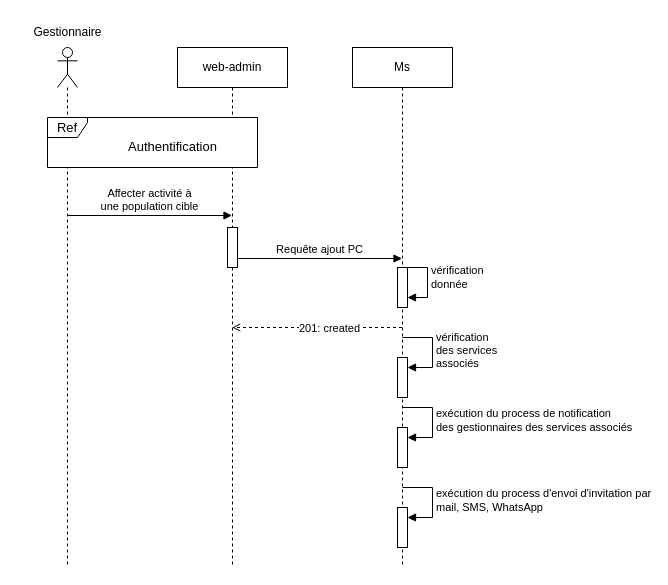
This is page "DS-GESTION-ACTIVITES" (4 of 7) of Diagramme COCAN.drawio from kbvac/Diagramme-UML, a draw.io file, before an edit. Source tidied: cells renumbered, new cells numbered last; positions are measured from the earlier drawing's top-left corner, leaving out a move shared by most shapes. Both pictures are drawn from the tidied source at 100%, with x=0, y=0 at pixel (22, 17).
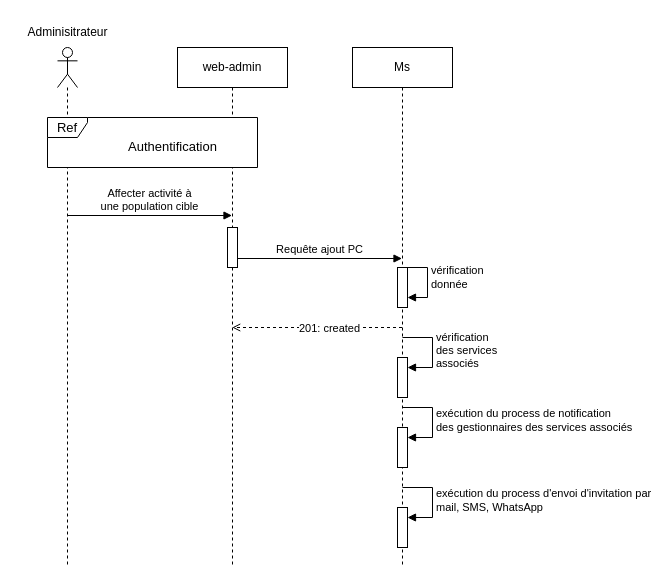
Above is the later version.

Change to the diagram source:
```diff
@@
-    <mxCell id="7" value="Gestionnaire" style="text;html=1;align=center;verticalAlign=middle;strokeColor=none;fillColor=none;" parent="1" vertex="1">
-      <mxGeometry width="90" height="30" as="geometry" />
+    <mxCell id="7" value="Adminisitrateur" style="text;html=1;align=center;verticalAlign=middle;strokeColor=none;fillColor=none;" parent="1" vertex="1">
+      <mxGeometry x="-5" width="100" height="30" as="geometry" />
     </mxCell>
```
